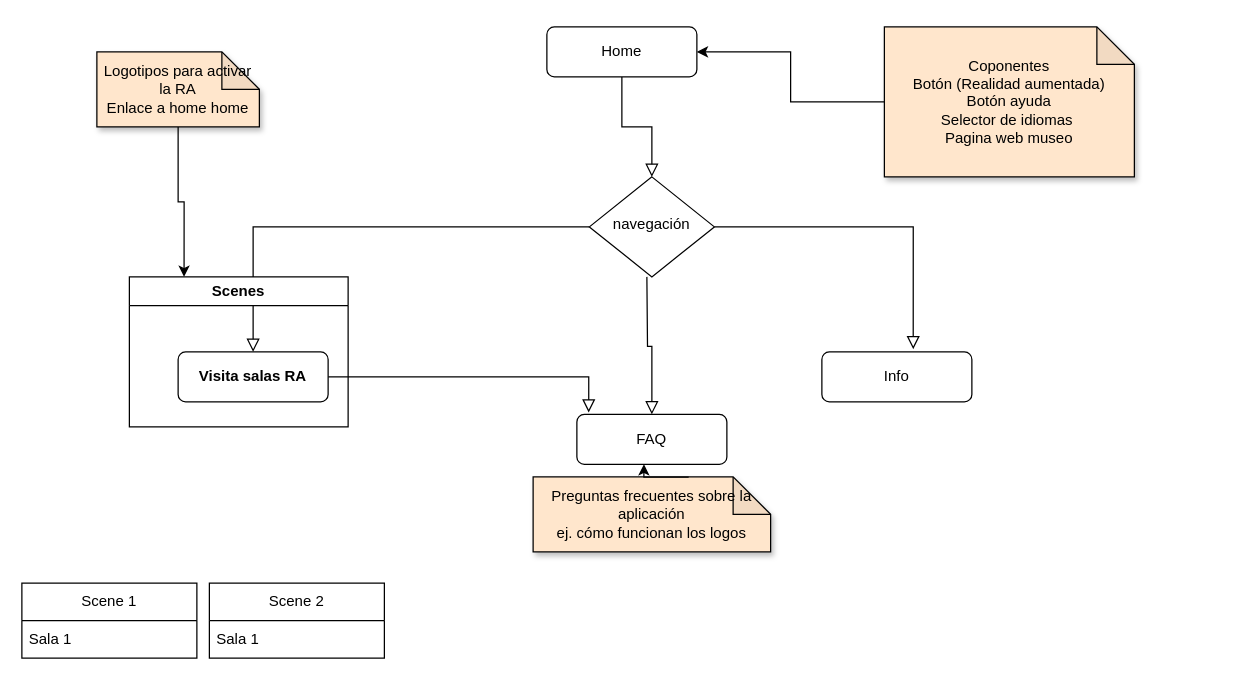
Earlier version of the draw.io diagram appventurers-application-diagram.drawio (webferrol/appventurers-doc). Source tidied: cells renumbered, new cells numbered last; positions are measured from the earlier drawing's top-left corner, leaving out a move shared by most shapes. Both pictures are drawn from the tidied source at 125%, with x=0, y=0 at pixel (21, 26).
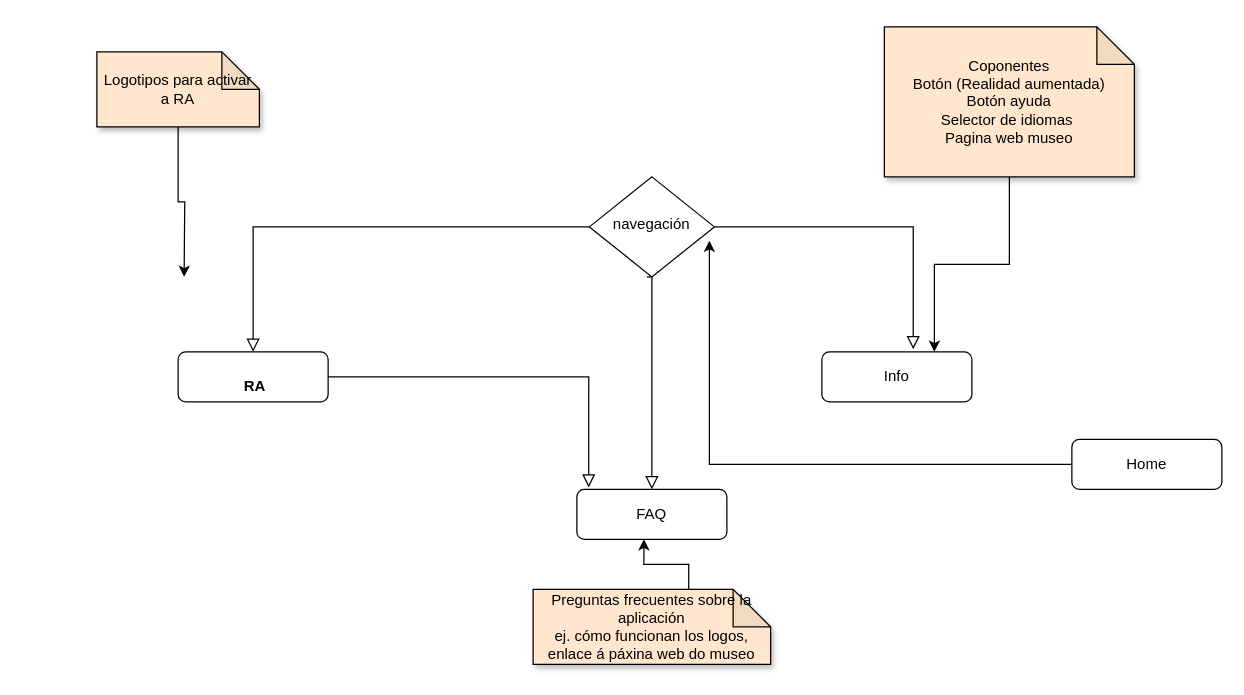
After the change.

The change refers to these unchanged cells:
```xml
<mxCell id="5" value="navegación" style="rhombus;whiteSpace=wrap;html=1;shadow=0;fontFamily=Helvetica;fontSize=12;align=center;strokeWidth=1;spacing=6;spacingTop=-4;" parent="1" vertex="1">
  <mxGeometry x="454" y="120" width="100" height="80" as="geometry" />
</mxCell>
<mxCell id="7" value="Coponentes&lt;div&gt;Botón (Realidad aumentada)&lt;/div&gt;&lt;div&gt;Botón ayuda&lt;/div&gt;&lt;div&gt;Selector de idiomas&amp;nbsp;&lt;/div&gt;&lt;div&gt;Pagina web museo&lt;/div&gt;" style="shape=note;whiteSpace=wrap;html=1;backgroundOutline=1;darkOpacity=0.05;shadow=1;fillColor=#FFE6CC;" parent="1" vertex="1">
  <mxGeometry x="690" width="200" height="120" as="geometry" />
</mxCell>
<mxCell id="15" value="Info" style="rounded=1;whiteSpace=wrap;html=1;fontSize=12;glass=0;strokeWidth=1;shadow=0;" parent="1" vertex="1">
  <mxGeometry x="640" y="260" width="120" height="40" as="geometry" />
</mxCell>
```

Change to the diagram source:
```diff
@@
-    <mxCell id="2" style="rounded=0;html=1;jettySize=auto;fontSize=11;endArrow=block;endFill=0;endSize=8;strokeWidth=1;shadow=0;labelBackgroundColor=none;edgeStyle=orthogonalEdgeStyle;exitX=0.5;exitY=1;exitDx=0;exitDy=0;" parent="1" edge="1" source="3" target="5">
-      <mxGeometry relative="1" as="geometry" />
-    </mxCell>
     <mxCell id="3" value="Home" style="rounded=1;whiteSpace=wrap;html=1;fontSize=12;glass=0;strokeWidth=1;shadow=0;" parent="1" vertex="1">
-      <mxGeometry x="420" width="120" height="40" as="geometry" />
+      <mxGeometry x="840" y="330" width="120" height="40" as="geometry" />
     </mxCell>
@@
-    <mxCell id="6" style="edgeStyle=orthogonalEdgeStyle;rounded=0;jettySize=auto;html=1;exitX=0;exitY=0.5;exitDx=0;exitDy=0;exitPerimeter=0;" parent="1" edge="1" source="7" target="3">
-      <mxGeometry relative="1" as="geometry" />
-    </mxCell>
+    <mxCell id="23" style="edgeStyle=orthogonalEdgeStyle;rounded=0;jettySize=auto;html=1;entryX=0.75;entryY=0;entryDx=0;entryDy=0;" parent="1" edge="1" source="7" target="15">
+      <mxGeometry relative="1" as="geometry" />
+    </mxCell>
@@
-    <mxCell id="8" value="Logotipos para activar la RA&lt;div&gt;Enlace a home home&lt;/div&gt;" style="shape=note;whiteSpace=wrap;html=1;backgroundOutline=1;darkOpacity=0.05;shadow=1;fillColor=#FFE6CC;" parent="1" vertex="1">
+    <mxCell id="8" value="Logotipos para activar a RA" style="shape=note;whiteSpace=wrap;html=1;backgroundOutline=1;darkOpacity=0.05;shadow=1;fillColor=#FFE6CC;" parent="1" vertex="1">
       <mxGeometry x="60" y="20" width="130" height="60" as="geometry" />
     </mxCell>
-    <mxCell id="9" style="edgeStyle=orthogonalEdgeStyle;rounded=0;jettySize=auto;html=1;exitX=0.5;exitY=1;exitDx=0;exitDy=0;exitPerimeter=0;entryX=0.25;entryY=0;entryDx=0;entryDy=0;" parent="1" edge="1" source="8" target="17">
-      <mxGeometry relative="1" as="geometry" />
+    <mxCell id="9" style="edgeStyle=orthogonalEdgeStyle;rounded=0;jettySize=auto;html=1;exitX=0.5;exitY=1;exitDx=0;exitDy=0;exitPerimeter=0;entryX=0.25;entryY=0;entryDx=0;entryDy=0;" parent="1" edge="1" source="8">
+      <mxGeometry relative="1" as="geometry">
+        <mxPoint x="129.8" y="200" as="targetPoint" />
+      </mxGeometry>
     </mxCell>
     <mxCell id="10" value="FAQ" style="rounded=1;whiteSpace=wrap;html=1;fontSize=12;glass=0;strokeWidth=1;shadow=0;" parent="1" vertex="1">
-      <mxGeometry x="444" y="310" width="120" height="40" as="geometry" />
+      <mxGeometry x="444" y="370" width="120" height="40" as="geometry" />
     </mxCell>
     <mxCell id="11" style="edgeStyle=orthogonalEdgeStyle;rounded=0;html=1;jettySize=auto;fontSize=11;endArrow=block;endFill=0;endSize=8;strokeWidth=1;shadow=0;labelBackgroundColor=none;entryX=0.5;entryY=0;entryDx=0;entryDy=0;" parent="1" edge="1" target="10">
       <mxGeometry y="10" relative="1" as="geometry">
         <mxPoint x="500" y="200" as="sourcePoint" />
+        <Array as="points">
+          <mxPoint x="504" y="200" />
+        </Array>
       </mxGeometry>
     </mxCell>
-    <mxCell id="12" value="Preguntas frecuentes sobre la aplicación&lt;div&gt;ej. cómo funcionan los logos&lt;/div&gt;" style="shape=note;whiteSpace=wrap;html=1;backgroundOutline=1;darkOpacity=0.05;shadow=1;fillColor=#FFE6CC;" parent="1" vertex="1">
-      <mxGeometry x="409" y="360" width="190" height="60" as="geometry" />
+    <mxCell id="12" value="Preguntas frecuentes sobre la aplicación&lt;div&gt;ej. cómo funcionan los logos, enlace á páxina web do museo&lt;/div&gt;" style="shape=note;whiteSpace=wrap;html=1;backgroundOutline=1;darkOpacity=0.05;shadow=1;fillColor=#FFE6CC;" parent="1" vertex="1">
+      <mxGeometry x="409" y="450" width="190" height="60" as="geometry" />
     </mxCell>
@@
-    <mxCell id="17" value="Scenes" style="swimlane;whiteSpace=wrap;html=1;" parent="1" vertex="1">
-      <mxGeometry x="86" y="200" width="175" height="120" as="geometry" />
-    </mxCell>
-    <mxCell id="18" value="&lt;span style=&quot;font-weight: 700;&quot;&gt;Visita salas RA&lt;/span&gt;" style="rounded=1;whiteSpace=wrap;html=1;fontSize=12;glass=0;strokeWidth=1;shadow=0;" parent="1" vertex="1">
+    <mxCell id="18" value="&lt;div&gt;&lt;span style=&quot;font-weight: 700;&quot;&gt;&lt;br&gt;&lt;/span&gt;&lt;/div&gt;&lt;span style=&quot;font-weight: 700;&quot;&gt;&amp;nbsp;RA&lt;/span&gt;" style="rounded=1;whiteSpace=wrap;html=1;fontSize=12;glass=0;strokeWidth=1;shadow=0;" parent="1" vertex="1">
       <mxGeometry x="125" y="260" width="120" height="40" as="geometry" />
     </mxCell>
-    <mxCell id="19" value="Scene 1" style="swimlane;fontStyle=0;horizontal=1;startSize=30;whiteSpace=wrap;html=1;" parent="1" vertex="1">
-      <mxGeometry y="445" width="140" height="60" as="geometry" />
-    </mxCell>
-    <mxCell id="20" value="Sala 1" style="text;strokeColor=none;fillColor=none;align=left;verticalAlign=middle;spacingLeft=4;spacingRight=4;overflow=hidden;whiteSpace=wrap;html=1;" parent="19" vertex="1">
-      <mxGeometry y="30" width="140" height="30" as="geometry" />
-    </mxCell>
-    <mxCell id="21" value="Scene 2" style="swimlane;fontStyle=0;horizontal=1;startSize=30;whiteSpace=wrap;html=1;" parent="1" vertex="1">
-      <mxGeometry x="150" y="445" width="140" height="60" as="geometry" />
-    </mxCell>
-    <mxCell id="22" value="Sala 1" style="text;strokeColor=none;fillColor=none;align=left;verticalAlign=middle;spacingLeft=4;spacingRight=4;overflow=hidden;whiteSpace=wrap;html=1;" parent="21" vertex="1">
-      <mxGeometry y="30" width="140" height="30" as="geometry" />
-    </mxCell>
+    <mxCell id="2" style="edgeStyle=orthogonalEdgeStyle;rounded=0;jettySize=auto;html=1;entryX=0.96;entryY=0.638;entryDx=0;entryDy=0;entryPerimeter=0;" parent="1" edge="1" source="3" target="5">
+      <mxGeometry relative="1" as="geometry" />
+    </mxCell>
```
